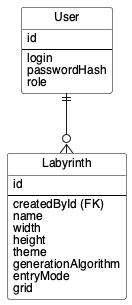
ozcnii/software-engineering keeps this PlantUML diagram as diagrams/data/physical-data-model.png. Above is the earlier version.
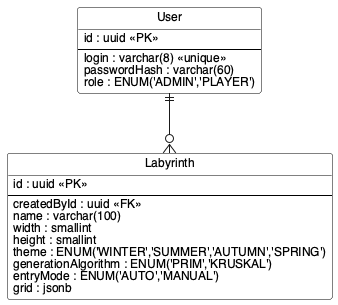
Above is the later version.

The edit, as a diff of the source:
```diff
@@ -9,24 +9,24 @@
 }
 
 entity "User" as User {
-  id
+  id : uuid <<PK>>
   --
-  login
-  passwordHash
-  role
+  login : varchar(8) <<unique>>
+  passwordHash : varchar(60)
+  role : ENUM('ADMIN','PLAYER')
 }
 
 entity "Labyrinth" as Labyrinth {
-  id
+  id : uuid <<PK>>
   --
-  createdById (FK)
-  name
-  width
-  height
-  theme
-  generationAlgorithm
-  entryMode
-  grid
+  createdById : uuid <<FK>>
+  name : varchar(100)
+  width : smallint
+  height : smallint
+  theme : ENUM('WINTER','SUMMER','AUTUMN','SPRING')
+  generationAlgorithm : ENUM('PRIM','KRUSKAL')
+  entryMode : ENUM('AUTO','MANUAL')
+  grid : jsonb
 }
 
 User ||--o{ Labyrinth
```
